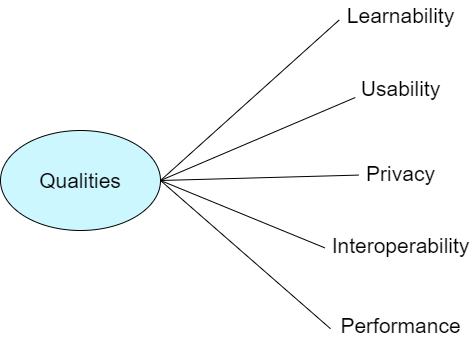
This is src/docs/images/10-QualityTree.png from Arquisoft/viade_en1b, a draw.io export, as it was before one commit. Source tidied: cells renumbered, new cells last; positions are measured from the earlier drawing's top-left corner, leaving out a move shared by most shapes.
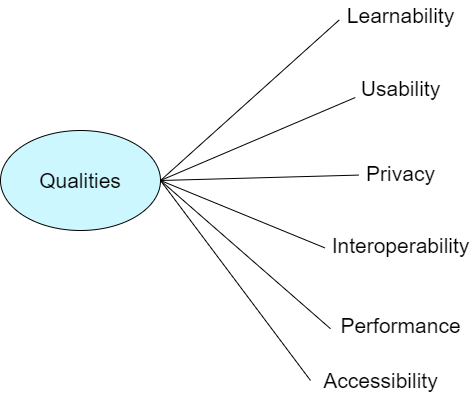
Above is the later version.

Commit message:
Quality scenarios and Technical Risks

Diff of the diagram source:
```diff
@@ -37,5 +37,13 @@
     <mxCell id="12" style="endArrow=none;html=1;fontSize=21;exitX=1;exitY=0.5;exitDx=0;exitDy=0;entryX=0;entryY=0.607;entryDx=0;entryDy=0;entryPerimeter=0;" parent="1" edge="1" source="2" target="7">
       <mxGeometry relative="1" as="geometry" />
     </mxCell>
+    <mxCell id="13" style="endArrow=none;html=1;exitX=1;exitY=0.5;exitDx=0;exitDy=0;" parent="1" edge="1" source="2">
+      <mxGeometry relative="1" as="geometry">
+        <mxPoint x="310" y="380" as="targetPoint" />
+      </mxGeometry>
+    </mxCell>
+    <mxCell id="14" value="&lt;font style=&quot;font-size: 21px&quot;&gt;Accessibility&lt;/font&gt;" style="text;html=1;align=center;verticalAlign=middle;fontSize=21;" parent="1" vertex="1">
+      <mxGeometry x="315" y="365" width="130" height="30" as="geometry" />
+    </mxCell>
   </root>
 </mxGraphModel>
```
